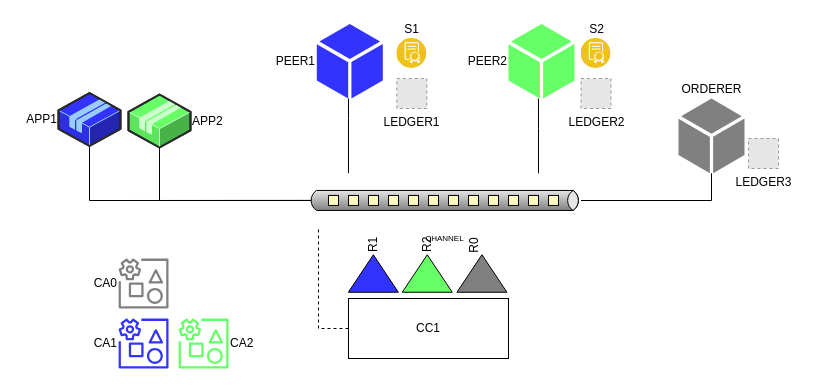
guioliunb/Chain-Services keeps this draw.io diagram as Hyperledger sample network.drawio. Above is the earlier version. Source tidied: cells renumbered, new cells numbered last; positions are measured from the earlier drawing's top-left corner, leaving out a move shared by most shapes. Both pictures are drawn from the tidied source at 100%, with x=0, y=0 at pixel (58, 24). Pictures stored in the file or linked from it are replaced by grey dashed boxes.
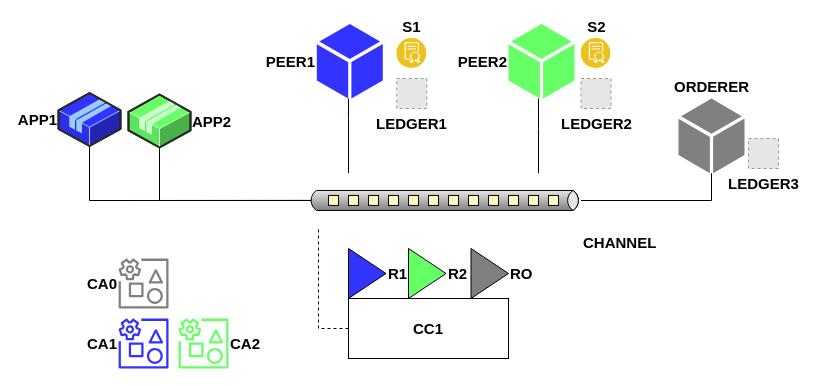
The same page after the edit.

The edit, as a diff of the source:
```diff
@@
-    <mxCell id="3" value="CHANNEL" style="strokeWidth=1;outlineConnect=0;dashed=0;align=center;html=1;fontSize=8;shape=mxgraph.eip.dataChannel;verticalLabelPosition=bottom;labelBackgroundColor=#ffffff;verticalAlign=top;gradientColor=default;gradientDirection=south;fillColor=default;" parent="1" vertex="1">
+    <mxCell id="3" value="CHANNEL" style="strokeWidth=1;outlineConnect=0;dashed=0;align=left;html=1;fontSize=15;shape=mxgraph.eip.dataChannel;verticalLabelPosition=bottom;labelBackgroundColor=#ffffff;verticalAlign=top;gradientColor=default;gradientDirection=south;fillColor=default;labelPosition=right;fontStyle=1;" parent="1" vertex="1">
       <mxGeometry x="250" y="148.7" width="272.5" height="54.5" as="geometry" />
     </mxCell>
-    <mxCell id="4" value="S1" style="image;perimeter=ellipsePerimeter;html=1;align=center;shadow=0;dashed=0;fontColor=#000000;labelBackgroundColor=default;fontSize=12;spacingTop=3;image=img/lib/ibm/blockchain/smart_contract.svg;labelPosition=center;verticalLabelPosition=top;verticalAlign=bottom;" parent="1" vertex="1">
+    <mxCell id="4" value="S1" style="image;perimeter=ellipsePerimeter;html=1;align=center;shadow=0;dashed=0;fontColor=#000000;labelBackgroundColor=default;fontSize=15;spacingTop=3;image=img/lib/ibm/blockchain/smart_contract.svg;labelPosition=center;verticalLabelPosition=top;verticalAlign=bottom;fontStyle=1;" parent="1" vertex="1">
       <mxGeometry x="338.3" y="14" width="30" height="30" as="geometry" />
     </mxCell>
-    <mxCell id="5" value="&lt;div&gt;LEDGER1&lt;/div&gt;&lt;div&gt;&lt;br&gt;&lt;/div&gt;" style="fillColor=#E6E6E6;strokeColor=#999999;dashed=1;html=1;verticalAlign=top;verticalLabelPosition=bottom;labelBackgroundColor=#ffffff;" parent="1" vertex="1">
+    <mxCell id="5" value="&lt;div style=&quot;font-size: 15px;&quot;&gt;LEDGER1&lt;/div&gt;&lt;div style=&quot;font-size: 15px;&quot;&gt;&lt;br style=&quot;font-size: 15px;&quot;&gt;&lt;/div&gt;" style="fillColor=#E6E6E6;strokeColor=#999999;dashed=1;html=1;verticalAlign=top;verticalLabelPosition=bottom;labelBackgroundColor=#ffffff;fontSize=15;fontStyle=1;" parent="1" vertex="1">
       <mxGeometry x="338.3" y="54" width="30" height="30" as="geometry" />
     </mxCell>
@@
-    <mxCell id="7" value="APP1" style="verticalLabelPosition=middle;html=1;verticalAlign=middle;strokeWidth=1;align=right;outlineConnect=0;dashed=0;outlineConnect=0;shape=mxgraph.aws3d.application2;fillColor=#3333FF;strokeColor=#99CCFF;labelPosition=left;" parent="1" vertex="1">
+    <mxCell id="7" value="APP1" style="verticalLabelPosition=middle;html=1;verticalAlign=middle;strokeWidth=1;align=right;outlineConnect=0;dashed=0;outlineConnect=0;shape=mxgraph.aws3d.application2;fillColor=#3333FF;strokeColor=#99CCFF;labelPosition=left;fontSize=15;fontStyle=1;" parent="1" vertex="1">
       <mxGeometry y="68.5" width="62" height="53" as="geometry" />
     </mxCell>
-    <mxCell id="8" value="APP2" style="verticalLabelPosition=middle;html=1;verticalAlign=middle;strokeWidth=1;align=left;outlineConnect=0;dashed=0;outlineConnect=0;shape=mxgraph.aws3d.application2;fillColor=#66FF66;strokeColor=#CCFFCC;labelPosition=right;" parent="1" vertex="1">
+    <mxCell id="8" value="APP2" style="verticalLabelPosition=middle;html=1;verticalAlign=middle;strokeWidth=1;align=left;outlineConnect=0;dashed=0;outlineConnect=0;shape=mxgraph.aws3d.application2;fillColor=#66FF66;strokeColor=#CCFFCC;labelPosition=right;fontSize=15;fontStyle=1;" parent="1" vertex="1">
       <mxGeometry x="70" y="70" width="62" height="53" as="geometry" />
     </mxCell>
-    <mxCell id="9" value="CA2" style="sketch=0;fillColor=#66FF66;strokeColor=#82b366;dashed=0;verticalLabelPosition=middle;verticalAlign=middle;align=left;html=1;fontSize=12;fontStyle=0;shape=mxgraph.aws4.organizations_management_account2;rotation=0;labelPosition=right;" parent="1" vertex="1">
+    <mxCell id="9" value="CA2" style="sketch=0;fillColor=#66FF66;strokeColor=#82b366;dashed=0;verticalLabelPosition=middle;verticalAlign=middle;align=left;html=1;fontSize=15;fontStyle=1;shape=mxgraph.aws4.organizations_management_account2;rotation=0;labelPosition=right;" parent="1" vertex="1">
       <mxGeometry x="120" y="294" width="50" height="50" as="geometry" />
     </mxCell>
-    <mxCell id="10" value="CA1" style="sketch=0;fillColor=#3333FF;strokeColor=#9673a6;dashed=0;verticalLabelPosition=middle;verticalAlign=middle;align=right;html=1;fontSize=12;fontStyle=0;shape=mxgraph.aws4.organizations_management_account2;rotation=0;labelPosition=left;" parent="1" vertex="1">
+    <mxCell id="10" value="CA1" style="sketch=0;fillColor=#3333FF;strokeColor=#9673a6;dashed=0;verticalLabelPosition=middle;verticalAlign=middle;align=right;html=1;fontSize=15;fontStyle=1;shape=mxgraph.aws4.organizations_management_account2;rotation=0;labelPosition=left;" parent="1" vertex="1">
       <mxGeometry x="60" y="294" width="50" height="50" as="geometry" />
     </mxCell>
-    <mxCell id="11" value="CA0" style="sketch=0;dashed=0;verticalLabelPosition=middle;verticalAlign=middle;align=right;html=1;fontSize=12;fontStyle=0;shape=mxgraph.aws4.organizations_management_account2;fillColor=#808080;strokeColor=#d79b00;rotation=0;labelPosition=left;" parent="1" vertex="1">
+    <mxCell id="11" value="CA0" style="sketch=0;dashed=0;verticalLabelPosition=middle;verticalAlign=middle;align=right;html=1;fontSize=15;fontStyle=1;shape=mxgraph.aws4.organizations_management_account2;fillColor=#808080;strokeColor=#d79b00;rotation=0;labelPosition=left;" parent="1" vertex="1">
       <mxGeometry x="60" y="234" width="50" height="50" as="geometry" />
     </mxCell>
-    <mxCell id="12" value="&lt;div&gt;R0&lt;/div&gt;&lt;div&gt;&lt;br&gt;&lt;/div&gt;" style="triangle;whiteSpace=wrap;html=1;rotation=-90;fillColor=#808080;labelPosition=right;verticalLabelPosition=middle;align=left;verticalAlign=middle;" parent="1" vertex="1">
-      <mxGeometry x="404.7" y="224" width="37.5" height="50" as="geometry" />
-    </mxCell>
-    <mxCell id="13" value="R2" style="triangle;whiteSpace=wrap;html=1;rotation=-90;labelPosition=right;verticalLabelPosition=middle;align=left;verticalAlign=middle;fillColor=#66FF66;" parent="1" vertex="1">
+    <mxCell id="13" value="R2" style="triangle;whiteSpace=wrap;html=1;rotation=0;labelPosition=right;verticalLabelPosition=middle;align=left;verticalAlign=middle;fillColor=#66FF66;fontSize=15;fontStyle=1;" parent="1" vertex="1">
       <mxGeometry x="350" y="224" width="37.5" height="50" as="geometry" />
     </mxCell>
-    <mxCell id="14" value="R1" style="triangle;whiteSpace=wrap;html=1;rotation=-90;fillColor=#3333FF;labelPosition=right;verticalLabelPosition=middle;align=left;verticalAlign=middle;textDirection=ltr;" parent="1" vertex="1">
-      <mxGeometry x="296.1" y="224" width="37.5" height="50" as="geometry" />
+    <mxCell id="14" value="R1" style="triangle;whiteSpace=wrap;html=1;rotation=0;fillColor=#3333FF;labelPosition=right;verticalLabelPosition=middle;align=left;verticalAlign=middle;textDirection=ltr;fontSize=15;fontStyle=1;" parent="1" vertex="1">
+      <mxGeometry x="290" y="224" width="37.5" height="50" as="geometry" />
     </mxCell>
-    <mxCell id="15" value="PEER1" style="sketch=0;shadow=0;dashed=0;html=1;strokeColor=none;fillColor=#3333FF;labelPosition=left;verticalLabelPosition=middle;verticalAlign=middle;outlineConnect=0;align=right;shape=mxgraph.office.concepts.node_generic;" parent="1" vertex="1">
+    <mxCell id="15" value="PEER1" style="sketch=0;shadow=0;dashed=0;html=1;strokeColor=none;fillColor=#3333FF;labelPosition=left;verticalLabelPosition=middle;verticalAlign=middle;outlineConnect=0;align=right;shape=mxgraph.office.concepts.node_generic;fontSize=15;fontStyle=1;" parent="1" vertex="1">
       <mxGeometry x="258.3" y="-0.5" width="66" height="74.6" as="geometry" />
     </mxCell>
-    <mxCell id="16" value="ORDERER" style="sketch=0;shadow=0;dashed=0;html=1;strokeColor=none;fillColor=#808080;labelPosition=center;verticalLabelPosition=top;verticalAlign=bottom;outlineConnect=0;align=center;shape=mxgraph.office.concepts.node_generic;" parent="1" vertex="1">
+    <mxCell id="16" value="ORDERER" style="sketch=0;shadow=0;dashed=0;html=1;strokeColor=none;fillColor=#808080;labelPosition=center;verticalLabelPosition=top;verticalAlign=bottom;outlineConnect=0;align=center;shape=mxgraph.office.concepts.node_generic;fontSize=15;fontStyle=1;" parent="1" vertex="1">
       <mxGeometry x="620" y="74.1" width="66" height="74.6" as="geometry" />
     </mxCell>
-    <mxCell id="17" value="PEER2" style="sketch=0;shadow=0;dashed=0;html=1;strokeColor=none;fillColor=#66FF66;labelPosition=left;verticalLabelPosition=middle;verticalAlign=middle;outlineConnect=0;align=right;shape=mxgraph.office.concepts.node_generic;" parent="1" vertex="1">
+    <mxCell id="17" value="PEER2" style="sketch=0;shadow=0;dashed=0;html=1;strokeColor=none;fillColor=#66FF66;labelPosition=left;verticalLabelPosition=middle;verticalAlign=middle;outlineConnect=0;align=right;shape=mxgraph.office.concepts.node_generic;fontSize=15;fontStyle=1;" parent="1" vertex="1">
       <mxGeometry x="450" y="-0.5" width="66" height="74.6" as="geometry" />
     </mxCell>
-    <mxCell id="18" value="CC1" style="rounded=0;whiteSpace=wrap;html=1;" parent="1" vertex="1">
+    <mxCell id="18" value="CC1" style="rounded=0;whiteSpace=wrap;html=1;fontSize=15;fontStyle=1;" parent="1" vertex="1">
       <mxGeometry x="290" y="274" width="160" height="60" as="geometry" />
     </mxCell>
@@
-    <mxCell id="23" value="S2" style="image;perimeter=ellipsePerimeter;html=1;align=center;shadow=0;dashed=0;fontColor=#000000;labelBackgroundColor=default;fontSize=12;spacingTop=3;image=img/lib/ibm/blockchain/smart_contract.svg;labelPosition=center;verticalLabelPosition=top;verticalAlign=bottom;" parent="1" vertex="1">
+    <mxCell id="23" value="S2" style="image;perimeter=ellipsePerimeter;html=1;align=center;shadow=0;dashed=0;fontColor=#000000;labelBackgroundColor=default;fontSize=15;spacingTop=3;image=img/lib/ibm/blockchain/smart_contract.svg;labelPosition=center;verticalLabelPosition=top;verticalAlign=bottom;fontStyle=1;" parent="1" vertex="1">
       <mxGeometry x="522.5" y="14" width="30" height="30" as="geometry" />
     </mxCell>
-    <mxCell id="24" value="&lt;div&gt;LEDGER2&lt;/div&gt;&lt;div&gt;&lt;br&gt;&lt;/div&gt;" style="fillColor=#E6E6E6;strokeColor=#999999;dashed=1;html=1;verticalAlign=top;verticalLabelPosition=bottom;labelBackgroundColor=#ffffff;" parent="1" vertex="1">
+    <mxCell id="24" value="&lt;div style=&quot;font-size: 15px;&quot;&gt;LEDGER2&lt;/div&gt;&lt;div style=&quot;font-size: 15px;&quot;&gt;&lt;br style=&quot;font-size: 15px;&quot;&gt;&lt;/div&gt;" style="fillColor=#E6E6E6;strokeColor=#999999;dashed=1;html=1;verticalAlign=top;verticalLabelPosition=bottom;labelBackgroundColor=#ffffff;fontSize=15;fontStyle=1;" parent="1" vertex="1">
       <mxGeometry x="522.5" y="54" width="30" height="30" as="geometry" />
     </mxCell>
-    <mxCell id="25" value="&lt;div&gt;LEDGER3&lt;/div&gt;&lt;div&gt;&lt;br&gt;&lt;/div&gt;" style="fillColor=#E6E6E6;strokeColor=#999999;dashed=1;html=1;verticalAlign=top;verticalLabelPosition=bottom;labelBackgroundColor=#ffffff;" parent="1" vertex="1">
+    <mxCell id="25" value="&lt;div style=&quot;font-size: 15px;&quot;&gt;LEDGER3&lt;/div&gt;&lt;div style=&quot;font-size: 15px;&quot;&gt;&lt;br style=&quot;font-size: 15px;&quot;&gt;&lt;/div&gt;" style="fillColor=#E6E6E6;strokeColor=#999999;dashed=1;html=1;verticalAlign=top;verticalLabelPosition=bottom;labelBackgroundColor=#ffffff;fontSize=15;fontStyle=1;" parent="1" vertex="1">
       <mxGeometry x="690" y="114" width="30" height="30" as="geometry" />
     </mxCell>
+    <mxCell id="26" value="RO" style="triangle;whiteSpace=wrap;html=1;rotation=0;labelPosition=right;verticalLabelPosition=middle;align=left;verticalAlign=middle;fillColor=#808080;fontSize=15;fontStyle=1;" parent="1" vertex="1">
+      <mxGeometry x="412.5" y="224" width="37.5" height="50" as="geometry" />
+    </mxCell>
```
